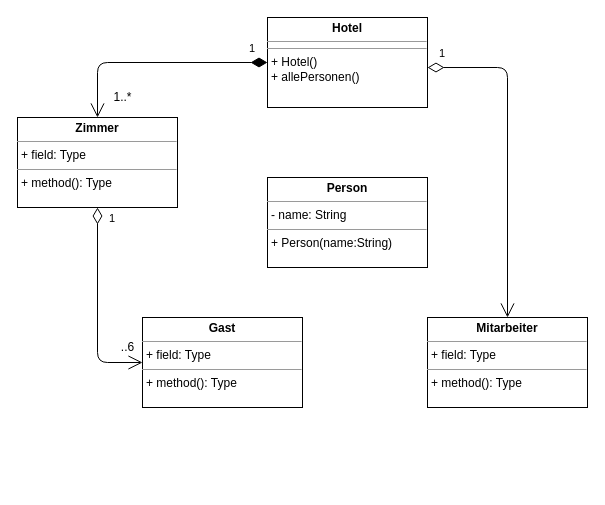
The draw.io diagram augabe 2.drawio in finnjodrogba/git_practice, before the edit. Source tidied: cells renumbered, new cells numbered last; positions are measured from the earlier drawing's top-left corner, leaving out a move shared by most shapes. Both pictures are drawn from the tidied source at 100%, with x=0, y=0 at pixel (17, 17).
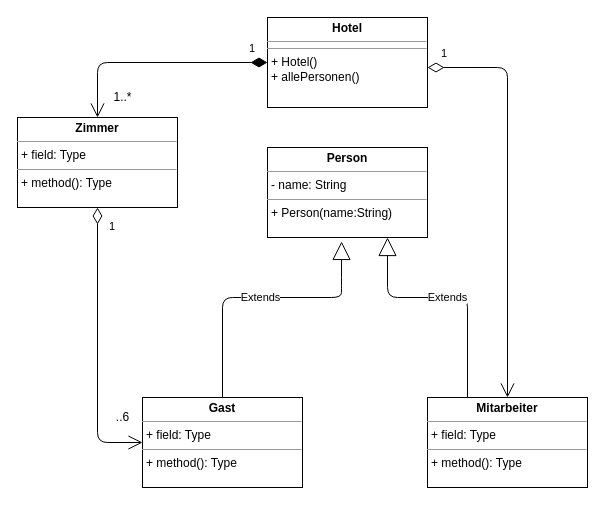
After the change.

Diff of the diagram source:
```diff
@@
 <mxGraphModel>
   <root>
     <mxCell id="0" />
     <mxCell id="1" parent="0" />
     <mxCell id="2" value="&lt;p style=&quot;margin: 0px ; margin-top: 4px ; text-align: center&quot;&gt;&lt;b&gt;Person&lt;/b&gt;&lt;/p&gt;&lt;hr size=&quot;1&quot;&gt;&lt;p style=&quot;margin: 0px ; margin-left: 4px&quot;&gt;- name: String&lt;br&gt;&lt;/p&gt;&lt;hr size=&quot;1&quot;&gt;&lt;p style=&quot;margin: 0px ; margin-left: 4px&quot;&gt;+ Person(name:String)&lt;br&gt;&lt;/p&gt;" style="verticalAlign=top;align=left;overflow=fill;fontSize=12;fontFamily=Helvetica;html=1;" parent="1" vertex="1">
-      <mxGeometry x="250" y="160" width="160" height="90" as="geometry" />
+      <mxGeometry x="250" y="130" width="160" height="90" as="geometry" />
     </mxCell>
     <mxCell id="3" value="&lt;p style=&quot;margin: 0px ; margin-top: 4px ; text-align: center&quot;&gt;&lt;b&gt;Gast&lt;/b&gt;&lt;/p&gt;&lt;hr size=&quot;1&quot;&gt;&lt;p style=&quot;margin: 0px ; margin-left: 4px&quot;&gt;+ field: Type&lt;/p&gt;&lt;hr size=&quot;1&quot;&gt;&lt;p style=&quot;margin: 0px ; margin-left: 4px&quot;&gt;+ method(): Type&lt;/p&gt;" style="verticalAlign=top;align=left;overflow=fill;fontSize=12;fontFamily=Helvetica;html=1;" parent="1" vertex="1">
-      <mxGeometry x="125" y="300" width="160" height="90" as="geometry" />
+      <mxGeometry x="125" y="380" width="160" height="90" as="geometry" />
     </mxCell>
     <mxCell id="4" value="&lt;p style=&quot;margin: 0px ; margin-top: 4px ; text-align: center&quot;&gt;&lt;b&gt;Mitarbeiter&lt;/b&gt;&lt;br&gt;&lt;/p&gt;&lt;hr size=&quot;1&quot;&gt;&lt;p style=&quot;margin: 0px ; margin-left: 4px&quot;&gt;+ field: Type&lt;/p&gt;&lt;hr size=&quot;1&quot;&gt;&lt;p style=&quot;margin: 0px ; margin-left: 4px&quot;&gt;+ method(): Type&lt;/p&gt;" style="verticalAlign=top;align=left;overflow=fill;fontSize=12;fontFamily=Helvetica;html=1;" parent="1" vertex="1">
-      <mxGeometry x="410" y="300" width="160" height="90" as="geometry" />
+      <mxGeometry x="410" y="380" width="160" height="90" as="geometry" />
     </mxCell>
     <mxCell id="5" value="&lt;p style=&quot;margin: 0px ; margin-top: 4px ; text-align: center&quot;&gt;&lt;b&gt;Hotel&lt;/b&gt;&lt;br&gt;&lt;/p&gt;&lt;hr size=&quot;1&quot;&gt;&lt;hr size=&quot;1&quot;&gt;&lt;p style=&quot;margin: 0px ; margin-left: 4px&quot;&gt;+ Hotel()&lt;/p&gt;&lt;p style=&quot;margin: 0px ; margin-left: 4px&quot;&gt;+ allePersonen()&lt;br&gt;&lt;/p&gt;" style="verticalAlign=top;align=left;overflow=fill;fontSize=12;fontFamily=Helvetica;html=1;" parent="1" vertex="1">
       <mxGeometry x="250" width="160" height="90" as="geometry" />
     </mxCell>
     <mxCell id="6" value="&lt;p style=&quot;margin: 0px ; margin-top: 4px ; text-align: center&quot;&gt;&lt;b&gt;Zimmer&lt;/b&gt;&lt;/p&gt;&lt;hr size=&quot;1&quot;&gt;&lt;p style=&quot;margin: 0px ; margin-left: 4px&quot;&gt;+ field: Type&lt;/p&gt;&lt;hr size=&quot;1&quot;&gt;&lt;p style=&quot;margin: 0px ; margin-left: 4px&quot;&gt;+ method(): Type&lt;/p&gt;" style="verticalAlign=top;align=left;overflow=fill;fontSize=12;fontFamily=Helvetica;html=1;" parent="1" vertex="1">
       <mxGeometry y="100" width="160" height="90" as="geometry" />
     </mxCell>
     <mxCell id="7" value="1" style="endArrow=open;html=1;endSize=12;startArrow=diamondThin;startSize=14;startFill=1;edgeStyle=orthogonalEdgeStyle;align=left;verticalAlign=bottom;exitX=0;exitY=0.5;exitDx=0;exitDy=0;entryX=0.5;entryY=0;entryDx=0;entryDy=0;" parent="1" edge="1" source="5" target="6">
       <mxGeometry x="-0.82" y="-5" relative="1" as="geometry" />
     </mxCell>
     <mxCell id="8" value="1" style="endArrow=open;html=1;endSize=12;startArrow=diamondThin;startSize=14;startFill=0;edgeStyle=orthogonalEdgeStyle;align=left;verticalAlign=bottom;exitX=0.5;exitY=1;exitDx=0;exitDy=0;entryX=0;entryY=0.5;entryDx=0;entryDy=0;" parent="1" edge="1" source="6" target="3">
       <mxGeometry x="-0.8" y="10" relative="1" as="geometry" />
     </mxCell>
     <mxCell id="9" value="..6" style="text;html=1;align=center;verticalAlign=middle;" parent="1" vertex="1">
-      <mxGeometry x="95" y="320" width="30" height="20" as="geometry" />
+      <mxGeometry x="90" y="390" width="30" height="20" as="geometry" />
     </mxCell>
     <mxCell id="10" value="1..*" style="text;html=1;align=center;verticalAlign=middle;" parent="1" vertex="1">
       <mxGeometry x="90" y="70" width="30" height="20" as="geometry" />
     </mxCell>
     <mxCell id="11" value="1" style="endArrow=open;html=1;endSize=12;startArrow=diamondThin;startSize=14;startFill=0;edgeStyle=orthogonalEdgeStyle;align=left;verticalAlign=bottom;exitX=1;exitY=0.556;exitDx=0;exitDy=0;exitPerimeter=0;entryX=0.5;entryY=0;entryDx=0;entryDy=0;" parent="1" edge="1" source="5" target="4">
       <mxGeometry x="-0.94" y="5" relative="1" as="geometry" />
     </mxCell>
+    <mxCell id="12" value="Extends" style="endArrow=block;endSize=16;endFill=0;html=1;exitX=0.5;exitY=0;exitDx=0;exitDy=0;entryX=0.463;entryY=1.044;entryDx=0;entryDy=0;entryPerimeter=0;" parent="1" edge="1" source="3" target="2">
+      <mxGeometry relative="1" as="geometry">
+        <Array as="points">
+          <mxPoint x="205" y="280" />
+          <mxPoint x="324" y="280" />
+          <mxPoint x="324" y="270" />
+        </Array>
+      </mxGeometry>
+    </mxCell>
+    <mxCell id="13" value="Extends" style="endArrow=block;endSize=16;endFill=0;html=1;entryX=0.75;entryY=1;entryDx=0;entryDy=0;exitX=0.25;exitY=0;exitDx=0;exitDy=0;" parent="1" edge="1" source="4" target="2">
+      <mxGeometry relative="1" as="geometry">
+        <Array as="points">
+          <mxPoint x="450" y="280" />
+          <mxPoint x="370" y="280" />
+        </Array>
+      </mxGeometry>
+    </mxCell>
   </root>
 </mxGraphModel>
```
